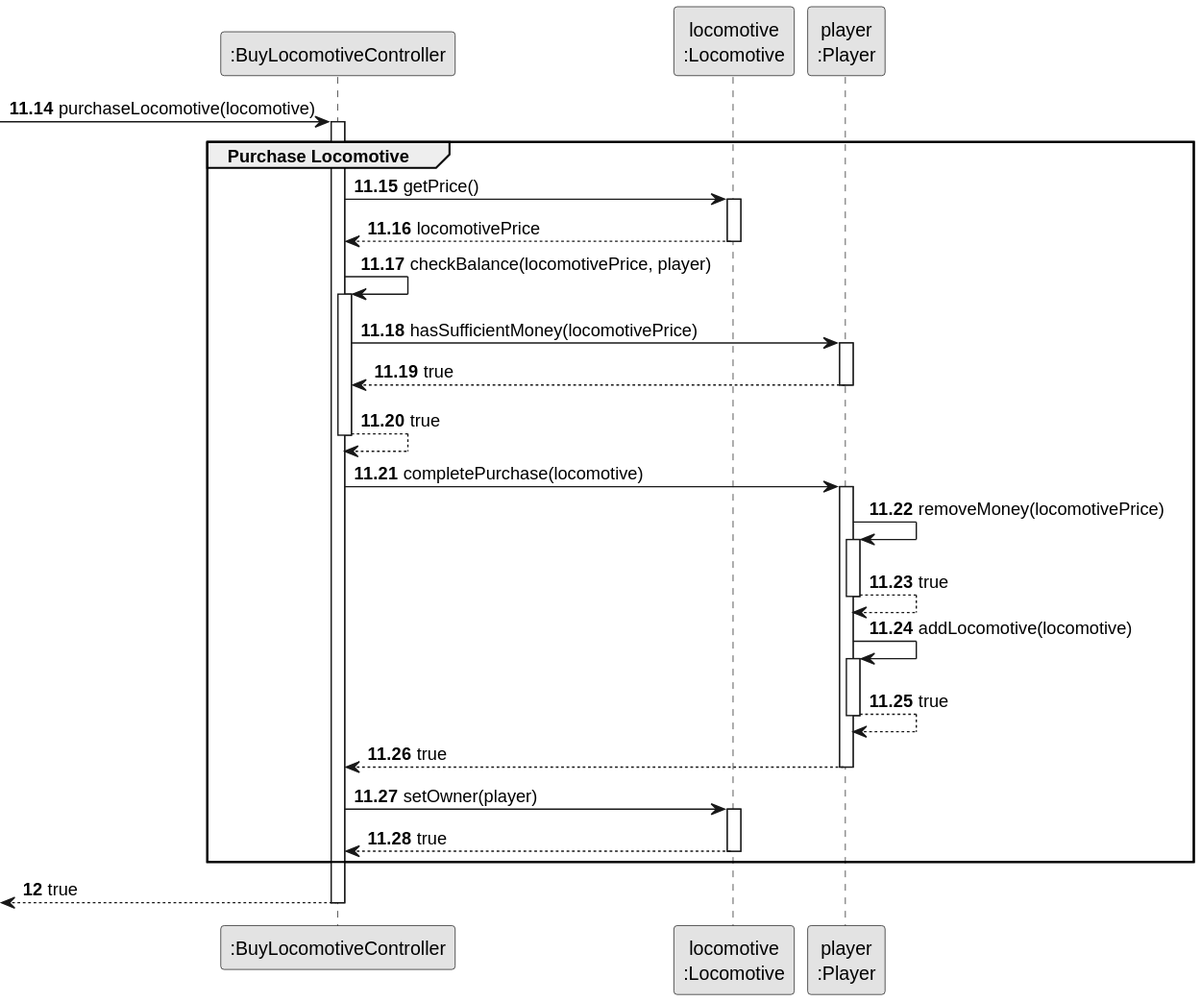
Above: docs/system-documentation/Sprint 2/US09/03.design/svg/US09-SD-partial-purchase-locomotive.svg in HenriqueSilva18/Railway-Network-Simulator (PlantUML), before the change.
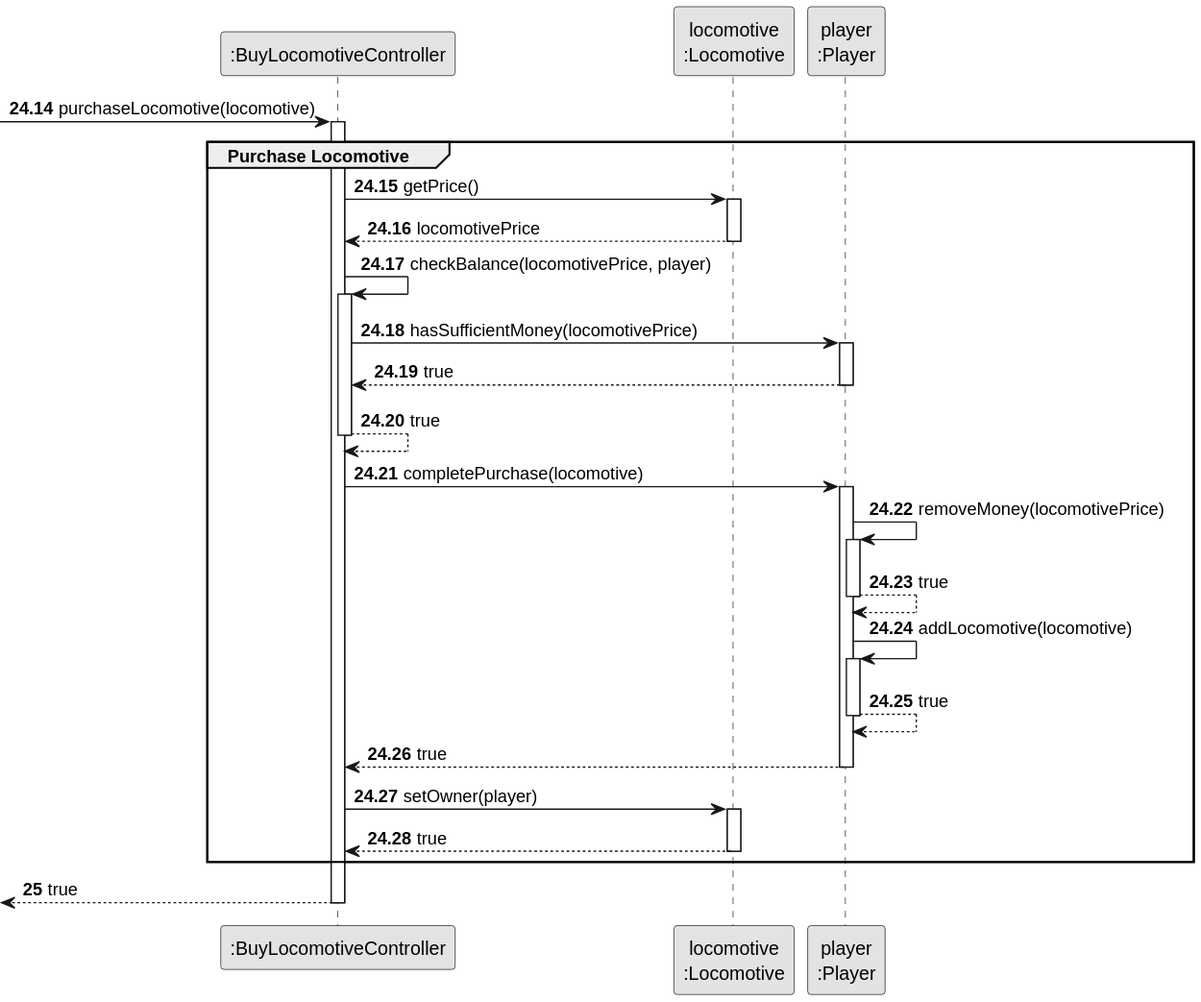
Above is the later version.

The edit, as a diff of the source:
```diff
@@ -7,10 +7,10 @@
 participant "locomotive\n:Locomotive" as LOCOMOTIVE
 participant "player\n:Player" as PLAYER_OBJ
 
-autonumber 11.14
+autonumber 24.14
 -> CTRL : purchaseLocomotive(locomotive)
 
-autonumber 11.15
+autonumber 24.15
 activate CTRL
     group Purchase Locomotive
         CTRL -> LOCOMOTIVE : getPrice()
@@ -48,7 +48,7 @@
         deactivate LOCOMOTIVE
     end
 
-    autonumber 12
+    autonumber 25
     <-- CTRL : true
 deactivate CTRL
 @enduml
```
